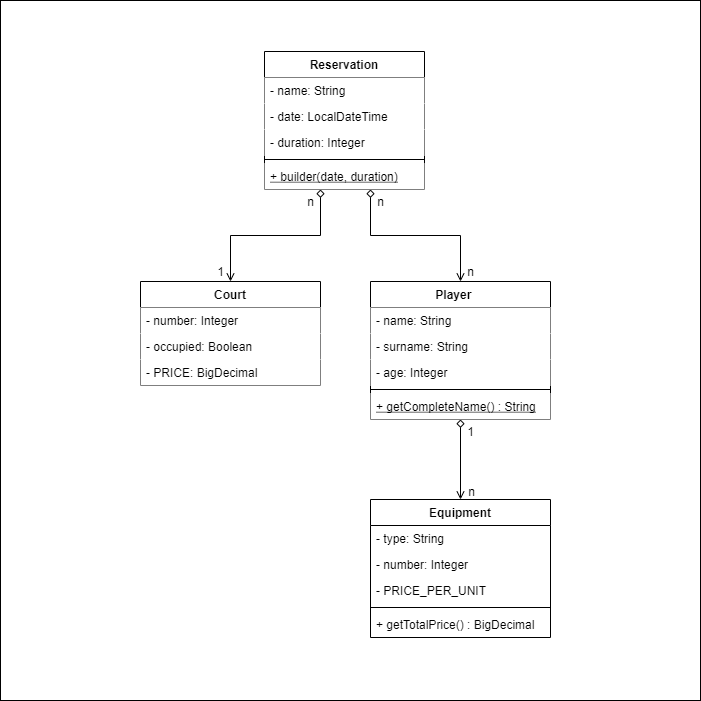
Earlier version of the draw.io export docs/TennisCourts.models.png (miw-upm/apaw-practice). Source tidied: cells renumbered, new cells last; positions are measured from the earlier drawing's top-left corner, leaving out a move shared by most shapes.
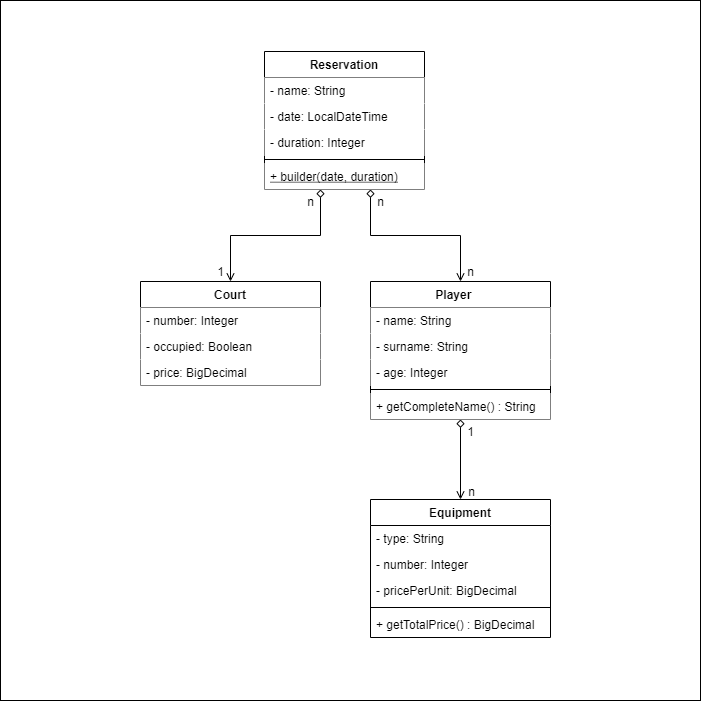
Above is the later version.

Commit message:
Changes on TennisCourts model & UML #9

Diff of the diagram source:
```diff
@@ -57,7 +57,7 @@
     <mxCell id="16" style="line;strokeWidth=1;fillColor=none;align=left;verticalAlign=middle;spacingTop=-1;spacingLeft=3;spacingRight=3;labelPosition=right;" parent="12" vertex="1">
       <mxGeometry y="104" width="180" height="8" as="geometry" />
     </mxCell>
-    <mxCell id="17" value="+ getCompleteName() : String" style="text;strokeColor=none;fillColor=default;align=left;verticalAlign=top;spacingLeft=4;spacingRight=4;overflow=hidden;fontStyle=4;" parent="12" vertex="1">
+    <mxCell id="17" value="+ getCompleteName() : String" style="text;strokeColor=none;fillColor=default;align=left;verticalAlign=top;spacingLeft=4;spacingRight=4;overflow=hidden;fontStyle=0;" parent="12" vertex="1">
       <mxGeometry y="112" width="180" height="26" as="geometry" />
     </mxCell>
     <mxCell id="18" value="Court" style="swimlane;fontStyle=1;align=center;verticalAlign=top;horizontal=1;startSize=26;" parent="1" vertex="1">
@@ -69,7 +69,7 @@
     <mxCell id="20" value="- occupied: Boolean" style="text;strokeColor=none;fillColor=default;align=left;verticalAlign=top;spacingLeft=4;spacingRight=4;overflow=hidden;" parent="18" vertex="1">
       <mxGeometry y="52" width="180" height="26" as="geometry" />
     </mxCell>
-    <mxCell id="21" value="- PRICE: BigDecimal" style="text;strokeColor=none;fillColor=default;align=left;verticalAlign=top;spacingLeft=4;spacingRight=4;overflow=hidden;" parent="18" vertex="1">
+    <mxCell id="21" value="- price: BigDecimal" style="text;strokeColor=none;fillColor=default;align=left;verticalAlign=top;spacingLeft=4;spacingRight=4;overflow=hidden;" parent="18" vertex="1">
       <mxGeometry y="78" width="180" height="26" as="geometry" />
     </mxCell>
     <mxCell id="22" value="Equipment" style="swimlane;fontStyle=1;align=center;verticalAlign=top;horizontal=1;startSize=26;" parent="1" vertex="1">
@@ -81,7 +81,7 @@
     <mxCell id="24" value="- number: Integer" style="text;strokeColor=none;fillColor=none;align=left;verticalAlign=top;spacingLeft=4;spacingRight=4;overflow=hidden;" parent="22" vertex="1">
       <mxGeometry y="52" width="180" height="26" as="geometry" />
     </mxCell>
-    <mxCell id="25" value="- PRICE_PER_UNIT" style="text;strokeColor=none;fillColor=none;align=left;verticalAlign=top;spacingLeft=4;spacingRight=4;overflow=hidden;" parent="22" vertex="1">
+    <mxCell id="25" value="- pricePerUnit: BigDecimal" style="text;strokeColor=none;fillColor=none;align=left;verticalAlign=top;spacingLeft=4;spacingRight=4;overflow=hidden;" parent="22" vertex="1">
       <mxGeometry y="78" width="180" height="26" as="geometry" />
     </mxCell>
     <mxCell id="26" style="line;strokeWidth=1;fillColor=none;align=left;verticalAlign=middle;spacingTop=-1;spacingLeft=3;spacingRight=3;labelPosition=right;" parent="22" vertex="1">
```
